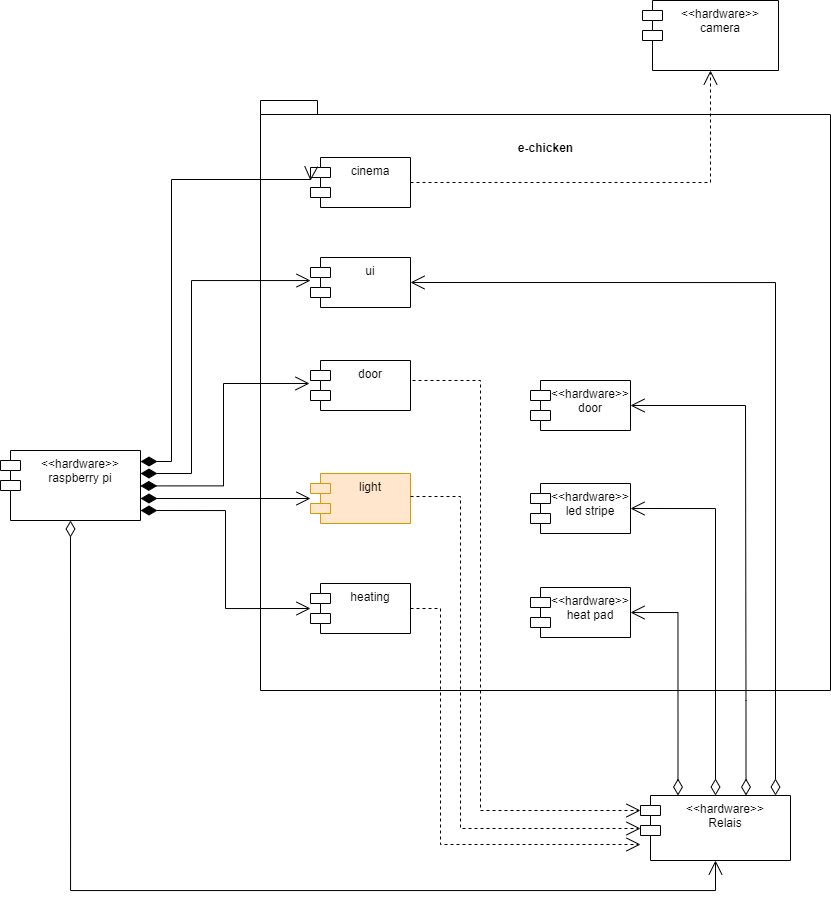
Above: readme/e-chicken.drawio.png in ronnyfriedland/e-chicken-light (draw.io), before the change. Source tidied: cells renumbered, new cells last; positions are measured from the earlier drawing's top-left corner, leaving out a move shared by most shapes.
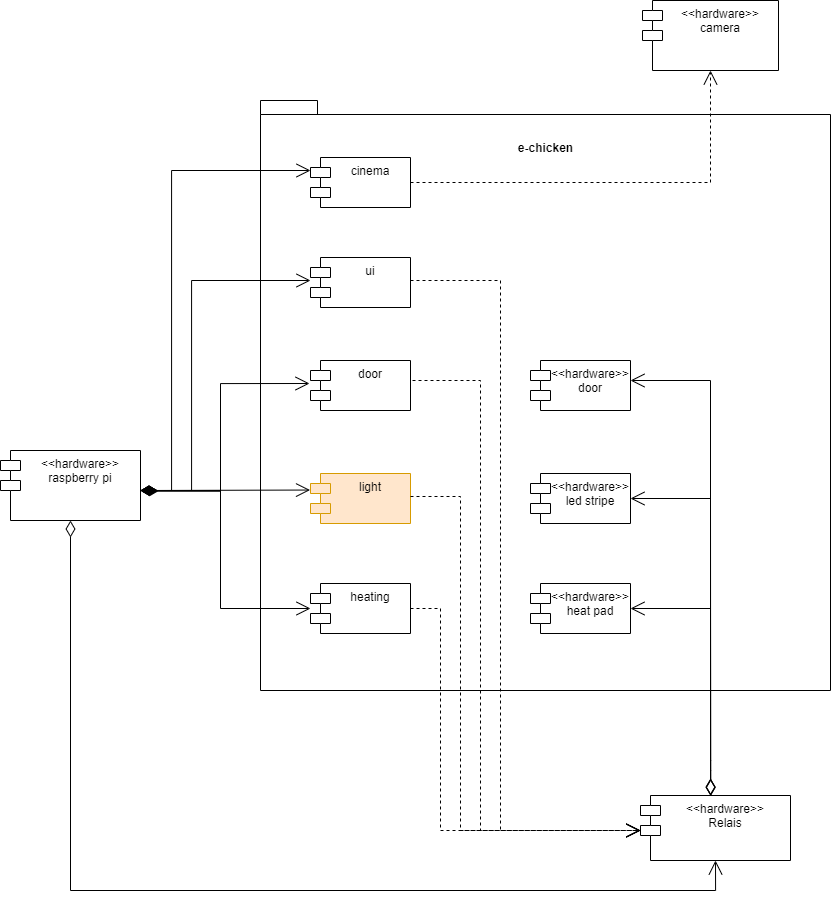
Above is the later version.

What changed in the source:
```diff
@@ -9,7 +9,7 @@
       <mxGeometry x="310" y="583" width="100" height="50" as="geometry" />
     </mxCell>
     <mxCell id="4" value="&lt;&lt;hardware&gt;&gt;&#10;heat pad" style="shape=module;align=left;spacingLeft=20;align=center;verticalAlign=top;" parent="1" vertex="1">
-      <mxGeometry x="530" y="587" width="100" height="50" as="geometry" />
+      <mxGeometry x="530" y="583" width="100" height="50" as="geometry" />
     </mxCell>
     <mxCell id="5" value="Use" style="endArrow=open;endSize=12;dashed=1;html=1;rounded=0;exitX=1;exitY=0.5;exitDx=0;exitDy=0;fontColor=none;noLabel=1;entryX=0.5;entryY=1;entryDx=0;entryDy=0;" parent="1" edge="1" source="16" target="18">
       <mxGeometry relative="1" as="geometry">
@@ -22,15 +22,15 @@
       <mxGeometry x="310" y="473" width="100" height="50" as="geometry" />
     </mxCell>
     <mxCell id="7" value="&lt;&lt;hardware&gt;&gt;&#10;led stripe" style="shape=module;align=left;spacingLeft=20;align=center;verticalAlign=top;" parent="1" vertex="1">
-      <mxGeometry x="530" y="483" width="100" height="50" as="geometry" />
+      <mxGeometry x="530" y="473" width="100" height="50" as="geometry" />
     </mxCell>
-    <mxCell id="8" value="Use" style="endArrow=open;endSize=12;dashed=1;html=1;rounded=0;exitX=1;exitY=0.5;exitDx=0;exitDy=0;fontColor=none;noLabel=1;entryX=0;entryY=0;entryDx=0;entryDy=35;entryPerimeter=0;" parent="1" edge="1">
+    <mxCell id="8" value="Use" style="endArrow=open;endSize=12;dashed=1;html=1;rounded=0;exitX=1;exitY=0.5;exitDx=0;exitDy=0;fontColor=none;noLabel=1;" parent="1" edge="1">
       <mxGeometry relative="1" as="geometry">
         <mxPoint x="410" y="496" as="sourcePoint" />
-        <mxPoint x="640" y="828" as="targetPoint" />
+        <mxPoint x="640" y="830" as="targetPoint" />
         <Array as="points">
           <mxPoint x="460" y="496" />
-          <mxPoint x="460" y="828" />
+          <mxPoint x="460" y="830" />
         </Array>
       </mxGeometry>
     </mxCell>
@@ -48,104 +48,121 @@
         </Array>
       </mxGeometry>
     </mxCell>
-    <mxCell id="12" value="1" style="endArrow=open;html=1;endSize=12;startArrow=diamondThin;startSize=14;startFill=0;edgeStyle=orthogonalEdgeStyle;align=left;verticalAlign=bottom;rounded=0;fontColor=none;exitX=0.25;exitY=0;exitDx=0;exitDy=0;entryX=1;entryY=0.5;entryDx=0;entryDy=0;noLabel=1;" parent="1" edge="1" source="9" target="4">
-      <mxGeometry x="-1" y="3" relative="1" as="geometry" />
+    <mxCell id="12" value="1" style="endArrow=open;html=1;endSize=12;startArrow=diamondThin;startSize=14;startFill=0;edgeStyle=orthogonalEdgeStyle;align=left;verticalAlign=bottom;rounded=0;fontColor=none;entryX=1;entryY=0.5;entryDx=0;entryDy=0;noLabel=1;exitX=0.468;exitY=0.008;exitDx=0;exitDy=0;exitPerimeter=0;" parent="1" edge="1" source="9" target="4">
+      <mxGeometry x="-1" y="3" relative="1" as="geometry">
+        <Array as="points">
+          <mxPoint x="710" y="770" />
+          <mxPoint x="710" y="608" />
+        </Array>
+      </mxGeometry>
     </mxCell>
-    <mxCell id="13" value="1" style="endArrow=open;html=1;endSize=12;startArrow=diamondThin;startSize=14;startFill=0;edgeStyle=orthogonalEdgeStyle;align=left;verticalAlign=bottom;rounded=0;fontColor=none;exitX=0.5;exitY=0;exitDx=0;exitDy=0;entryX=1;entryY=0.5;entryDx=0;entryDy=0;noLabel=1;" parent="1" edge="1" source="9" target="7">
-      <mxGeometry x="-1" y="3" relative="1" as="geometry" />
+    <mxCell id="13" value="1" style="endArrow=open;html=1;endSize=12;startArrow=diamondThin;startSize=14;startFill=0;edgeStyle=orthogonalEdgeStyle;align=left;verticalAlign=bottom;rounded=0;fontColor=none;entryX=1;entryY=0.5;entryDx=0;entryDy=0;noLabel=1;exitX=0.468;exitY=0.001;exitDx=0;exitDy=0;exitPerimeter=0;" parent="1" edge="1" source="9" target="7">
+      <mxGeometry x="-1" y="3" relative="1" as="geometry">
+        <Array as="points">
+          <mxPoint x="710" y="760" />
+          <mxPoint x="710" y="498" />
+        </Array>
+      </mxGeometry>
     </mxCell>
     <mxCell id="14" value="1" style="endArrow=open;html=1;endSize=12;startArrow=diamondThin;startSize=14;startFill=1;edgeStyle=orthogonalEdgeStyle;align=left;verticalAlign=bottom;rounded=0;fontColor=none;entryX=0;entryY=0.5;entryDx=0;entryDy=0;entryPerimeter=0;noLabel=1;" parent="1" edge="1" target="3">
       <mxGeometry x="-1" y="3" relative="1" as="geometry">
-        <mxPoint x="140" y="510" as="sourcePoint" />
+        <mxPoint x="140" y="490" as="sourcePoint" />
+        <Array as="points">
+          <mxPoint x="220" y="490" />
+          <mxPoint x="220" y="608" />
+        </Array>
       </mxGeometry>
     </mxCell>
-    <mxCell id="15" value="1" style="endArrow=open;html=1;endSize=12;startArrow=diamondThin;startSize=14;startFill=1;edgeStyle=orthogonalEdgeStyle;align=left;verticalAlign=bottom;rounded=0;fontColor=none;noLabel=1;entryX=0;entryY=0.44;entryDx=0;entryDy=0;entryPerimeter=0;" parent="1" edge="1">
+    <mxCell id="15" value="1" style="endArrow=open;html=1;endSize=12;startArrow=diamondThin;startSize=14;startFill=1;edgeStyle=orthogonalEdgeStyle;align=left;verticalAlign=bottom;rounded=0;fontColor=none;noLabel=1;entryX=-0.005;entryY=0.332;entryDx=0;entryDy=0;entryPerimeter=0;" parent="1" edge="1" target="6">
       <mxGeometry x="-1" y="3" relative="1" as="geometry">
-        <mxPoint x="140" y="498" as="sourcePoint" />
-        <mxPoint x="310" y="498" as="targetPoint" />
+        <mxPoint x="140" y="490" as="sourcePoint" />
+        <Array as="points">
+          <mxPoint x="310" y="490" />
+        </Array>
       </mxGeometry>
     </mxCell>
     <mxCell id="16" value="cinema" style="shape=module;align=left;spacingLeft=20;align=center;verticalAlign=top;" parent="1" vertex="1">
       <mxGeometry x="310" y="157" width="100" height="50" as="geometry" />
     </mxCell>
-    <mxCell id="17" value="Use" style="endArrow=open;endSize=12;dashed=1;html=1;rounded=0;exitX=1;exitY=0.5;exitDx=0;exitDy=0;fontColor=none;noLabel=1;" parent="1" edge="1" source="3">
+    <mxCell id="17" value="Use" style="endArrow=open;endSize=12;dashed=1;html=1;rounded=0;exitX=1;exitY=0.5;exitDx=0;exitDy=0;fontColor=none;noLabel=1;entryX=0;entryY=0;entryDx=0;entryDy=35;entryPerimeter=0;" parent="1" edge="1" source="3" target="9">
       <mxGeometry relative="1" as="geometry">
-        <mxPoint x="640" y="844" as="targetPoint" />
         <Array as="points">
           <mxPoint x="440" y="608" />
-          <mxPoint x="440" y="844" />
+          <mxPoint x="440" y="830" />
         </Array>
       </mxGeometry>
     </mxCell>
     <mxCell id="18" value="&lt;&lt;hardware&gt;&gt;&#10;camera" style="shape=module;align=left;spacingLeft=20;align=center;verticalAlign=top;" parent="1" vertex="1">
       <mxGeometry x="642" width="136" height="70" as="geometry" />
     </mxCell>
-    <mxCell id="19" value="1" style="endArrow=open;html=1;endSize=12;startArrow=diamondThin;startSize=14;startFill=1;edgeStyle=orthogonalEdgeStyle;align=left;verticalAlign=bottom;rounded=0;fontColor=none;exitX=0.993;exitY=0.143;exitDx=0;exitDy=0;noLabel=1;labelBackgroundColor=none;exitPerimeter=0;" parent="1" edge="1">
+    <mxCell id="19" value="1" style="endArrow=open;html=1;endSize=12;startArrow=diamondThin;startSize=14;startFill=1;edgeStyle=orthogonalEdgeStyle;align=left;verticalAlign=bottom;rounded=0;fontColor=none;noLabel=1;labelBackgroundColor=none;" parent="1" edge="1">
       <mxGeometry x="-1" y="3" relative="1" as="geometry">
-        <mxPoint x="140" y="461" as="sourcePoint" />
-        <mxPoint x="310" y="180" as="targetPoint" />
+        <mxPoint x="140" y="490" as="sourcePoint" />
+        <mxPoint x="310" y="170" as="targetPoint" />
         <Array as="points">
-          <mxPoint x="171" y="461" />
-          <mxPoint x="171" y="179" />
+          <mxPoint x="140" y="490" />
+          <mxPoint x="171" y="490" />
+          <mxPoint x="171" y="170" />
         </Array>
       </mxGeometry>
     </mxCell>
     <mxCell id="20" value="door" style="shape=module;align=left;spacingLeft=20;align=center;verticalAlign=top;" parent="1" vertex="1">
       <mxGeometry x="310" y="360" width="100" height="50" as="geometry" />
     </mxCell>
-    <mxCell id="21" value="1" style="endArrow=open;html=1;endSize=12;startArrow=diamondThin;startSize=14;startFill=1;edgeStyle=orthogonalEdgeStyle;align=left;verticalAlign=bottom;rounded=0;fontColor=none;noLabel=1;entryX=0.01;entryY=0.54;entryDx=0;entryDy=0;entryPerimeter=0;exitX=1.013;exitY=0.563;exitDx=0;exitDy=0;exitPerimeter=0;" parent="1" edge="1">
+    <mxCell id="21" value="1" style="endArrow=open;html=1;endSize=12;startArrow=diamondThin;startSize=14;startFill=1;edgeStyle=orthogonalEdgeStyle;align=left;verticalAlign=bottom;rounded=0;fontColor=none;noLabel=1;entryX=0.01;entryY=0.54;entryDx=0;entryDy=0;entryPerimeter=0;exitX=1.005;exitY=0.582;exitDx=0;exitDy=0;exitPerimeter=0;" parent="1" edge="1" source="10">
       <mxGeometry x="-1" y="3" relative="1" as="geometry">
-        <mxPoint x="139.8" y="485.4" as="sourcePoint" />
         <mxPoint x="309" y="383" as="targetPoint" />
         <Array as="points">
-          <mxPoint x="223" y="485" />
-          <mxPoint x="223" y="383" />
+          <mxPoint x="220" y="491" />
+          <mxPoint x="220" y="383" />
         </Array>
       </mxGeometry>
     </mxCell>
     <mxCell id="22" value="&lt;&lt;hardware&gt;&gt;&#10;door" style="shape=module;align=left;spacingLeft=20;align=center;verticalAlign=top;" parent="1" vertex="1">
-      <mxGeometry x="530" y="380" width="100" height="50" as="geometry" />
+      <mxGeometry x="530" y="360" width="100" height="50" as="geometry" />
     </mxCell>
-    <mxCell id="23" value="1" style="endArrow=open;html=1;endSize=12;startArrow=diamondThin;startSize=14;startFill=0;edgeStyle=orthogonalEdgeStyle;align=left;verticalAlign=bottom;rounded=0;fontColor=none;entryX=1;entryY=0.5;entryDx=0;entryDy=0;noLabel=1;exitX=0.75;exitY=0;exitDx=0;exitDy=0;" parent="1" edge="1" target="22">
+    <mxCell id="23" value="1" style="endArrow=open;html=1;endSize=12;startArrow=diamondThin;startSize=14;startFill=0;edgeStyle=orthogonalEdgeStyle;align=left;verticalAlign=bottom;rounded=0;fontColor=none;noLabel=1;" parent="1" edge="1">
       <mxGeometry x="-1" y="3" relative="1" as="geometry">
-        <mxPoint x="745.5" y="795" as="sourcePoint" />
+        <mxPoint x="710" y="795" as="sourcePoint" />
+        <mxPoint x="630" y="380" as="targetPoint" />
         <Array as="points">
-          <mxPoint x="745" y="700" />
-          <mxPoint x="745" y="700" />
-          <mxPoint x="745" y="405" />
+          <mxPoint x="710" y="380" />
+          <mxPoint x="630" y="380" />
         </Array>
       </mxGeometry>
     </mxCell>
-    <mxCell id="24" value="Use" style="endArrow=open;endSize=12;dashed=1;html=1;rounded=0;exitX=1;exitY=0.5;exitDx=0;exitDy=0;fontColor=none;noLabel=1;entryX=0;entryY=0;entryDx=0;entryDy=15;entryPerimeter=0;" parent="1" edge="1" target="9">
+    <mxCell id="24" value="Use" style="endArrow=open;endSize=12;dashed=1;html=1;rounded=0;exitX=1;exitY=0.5;exitDx=0;exitDy=0;fontColor=none;noLabel=1;" parent="1" edge="1">
       <mxGeometry relative="1" as="geometry">
         <mxPoint x="412" y="380" as="sourcePoint" />
+        <mxPoint x="640" y="830" as="targetPoint" />
         <Array as="points">
           <mxPoint x="480" y="380" />
-          <mxPoint x="480" y="810" />
+          <mxPoint x="480" y="830" />
         </Array>
       </mxGeometry>
     </mxCell>
     <mxCell id="25" value="ui" style="shape=module;align=left;spacingLeft=20;align=center;verticalAlign=top;" parent="1" vertex="1">
       <mxGeometry x="310" y="257" width="100" height="50" as="geometry" />
     </mxCell>
-    <mxCell id="26" value="1" style="endArrow=open;html=1;endSize=12;startArrow=diamondThin;startSize=14;startFill=0;edgeStyle=orthogonalEdgeStyle;align=left;verticalAlign=bottom;rounded=0;fontColor=none;noLabel=1;exitX=0.75;exitY=0;exitDx=0;exitDy=0;entryX=1;entryY=0.5;entryDx=0;entryDy=0;" parent="1" edge="1" target="25">
-      <mxGeometry x="-1" y="3" relative="1" as="geometry">
-        <mxPoint x="775" y="795" as="sourcePoint" />
-        <Array as="points">
-          <mxPoint x="775" y="282" />
-        </Array>
-      </mxGeometry>
-    </mxCell>
-    <mxCell id="27" value="1" style="endArrow=open;html=1;endSize=12;startArrow=diamondThin;startSize=14;startFill=1;edgeStyle=orthogonalEdgeStyle;align=left;verticalAlign=bottom;rounded=0;fontColor=none;exitX=0.993;exitY=0.143;exitDx=0;exitDy=0;noLabel=1;labelBackgroundColor=none;exitPerimeter=0;" parent="1" edge="1">
+    <mxCell id="27" value="1" style="endArrow=open;html=1;endSize=12;startArrow=diamondThin;startSize=14;startFill=1;edgeStyle=orthogonalEdgeStyle;align=left;verticalAlign=bottom;rounded=0;fontColor=none;noLabel=1;labelBackgroundColor=none;" parent="1" edge="1">
       <mxGeometry x="-1" y="3" relative="1" as="geometry">
-        <mxPoint x="140" y="473" as="sourcePoint" />
+        <mxPoint x="140" y="490" as="sourcePoint" />
         <mxPoint x="310" y="280" as="targetPoint" />
         <Array as="points">
-          <mxPoint x="191" y="473" />
+          <mxPoint x="140" y="490" />
+          <mxPoint x="191" y="490" />
           <mxPoint x="191" y="280" />
-          <mxPoint x="310" y="280" />
         </Array>
       </mxGeometry>
     </mxCell>
+    <mxCell id="28" value="Use" style="endArrow=open;endSize=12;dashed=1;html=1;rounded=0;exitX=1;exitY=0.5;exitDx=0;exitDy=0;fontColor=none;noLabel=1;entryX=0;entryY=0;entryDx=0;entryDy=35;entryPerimeter=0;" parent="1" edge="1" target="9">
+      <mxGeometry relative="1" as="geometry">
+        <mxPoint x="410" y="280" as="sourcePoint" />
+        <Array as="points">
+          <mxPoint x="500" y="280" />
+          <mxPoint x="500" y="830" />
+        </Array>
+      </mxGeometry>
+    </mxCell>
   </root>
 </mxGraphModel>
```
